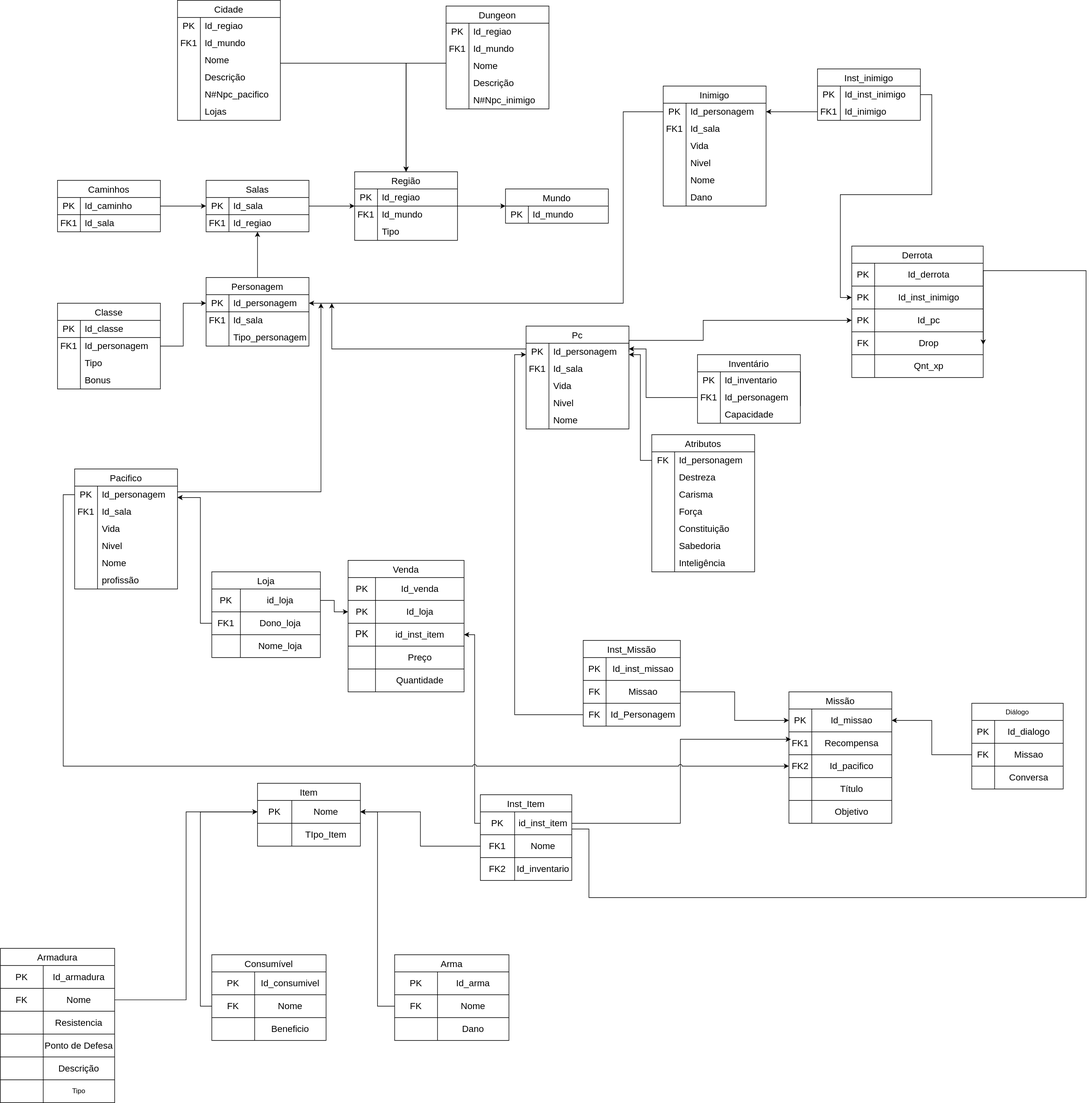
Earlier version of the draw.io export docs/modulo_01/MER.drawio.svg (SBD1/2024.2-D-D-classico). Source tidied: cells renumbered, new cells last; positions are measured from the earlier drawing's top-left corner, leaving out a move shared by most shapes.
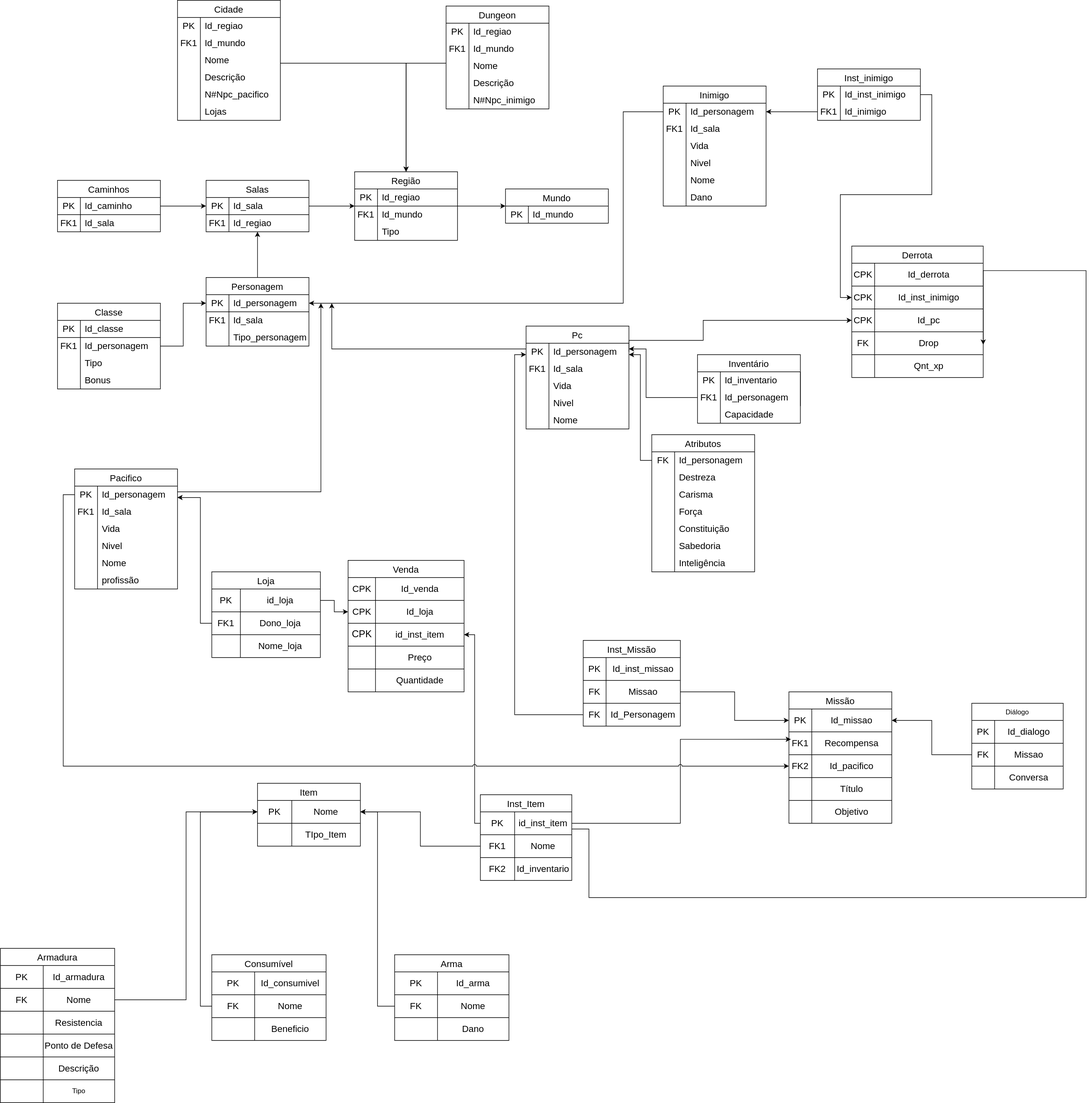
Above is the later version.

The edit, as a diff of the source:
```diff
@@ -336,7 +336,7 @@
     <mxCell id="106" style="shape=tableRow;horizontal=0;startSize=0;swimlaneHead=0;swimlaneBody=0;strokeColor=inherit;top=0;left=0;bottom=0;right=0;fillColor=none;" parent="105" vertex="1">
       <mxGeometry y="30" width="203" height="40" as="geometry" />
     </mxCell>
-    <mxCell id="107" value="&lt;font style=&quot;font-size: 16px;&quot;&gt;PK&lt;/font&gt;" style="shape=partialRectangle;html=1;whiteSpace=wrap;strokeColor=inherit;overflow=hidden;fillColor=none;top=0;left=0;bottom=0;right=0;" parent="106" vertex="1">
+    <mxCell id="107" value="&lt;font style=&quot;font-size: 16px;&quot;&gt;CPK&lt;/font&gt;" style="shape=partialRectangle;html=1;whiteSpace=wrap;strokeColor=inherit;overflow=hidden;fillColor=none;top=0;left=0;bottom=0;right=0;" parent="106" vertex="1">
       <mxGeometry width="48" height="40" as="geometry" />
     </mxCell>
     <mxCell id="108" value="&lt;font style=&quot;font-size: 16px;&quot;&gt;Id_venda&lt;/font&gt;" style="shape=partialRectangle;html=1;whiteSpace=wrap;strokeColor=inherit;overflow=hidden;fillColor=none;top=0;left=0;bottom=0;right=0;" parent="106" vertex="1">
@@ -345,7 +345,7 @@
     <mxCell id="109" style="shape=tableRow;horizontal=0;startSize=0;swimlaneHead=0;swimlaneBody=0;strokeColor=inherit;top=0;left=0;bottom=0;right=0;fillColor=none;points=[[0,0.5],[1,0.5]];portConstraint=eastwest;" parent="105" vertex="1">
       <mxGeometry y="70" width="203" height="40" as="geometry" />
     </mxCell>
-    <mxCell id="110" value="&lt;font style=&quot;font-size: 16px;&quot;&gt;PK&lt;/font&gt;" style="shape=partialRectangle;html=1;whiteSpace=wrap;strokeColor=inherit;overflow=hidden;fillColor=none;top=0;left=0;bottom=0;right=0;" parent="109" vertex="1">
+    <mxCell id="110" value="&lt;font style=&quot;font-size: 16px;&quot;&gt;CPK&lt;/font&gt;" style="shape=partialRectangle;html=1;whiteSpace=wrap;strokeColor=inherit;overflow=hidden;fillColor=none;top=0;left=0;bottom=0;right=0;" parent="109" vertex="1">
       <mxGeometry width="48" height="40" as="geometry" />
     </mxCell>
     <mxCell id="111" value="&lt;font style=&quot;font-size: 16px;&quot;&gt;Id_loja&lt;br&gt;&lt;/font&gt;" style="shape=partialRectangle;html=1;whiteSpace=wrap;strokeColor=inherit;overflow=hidden;fillColor=none;top=0;left=0;bottom=0;right=0;" parent="109" vertex="1">
@@ -354,7 +354,7 @@
     <mxCell id="112" style="shape=tableRow;horizontal=0;startSize=0;swimlaneHead=0;swimlaneBody=0;strokeColor=inherit;top=0;left=0;bottom=0;right=0;fillColor=none;points=[[0,0.5],[1,0.5]];portConstraint=eastwest;" parent="105" vertex="1">
       <mxGeometry y="110" width="203" height="40" as="geometry" />
     </mxCell>
-    <mxCell id="113" value="&lt;font style=&quot;font-size: 17px;&quot;&gt;PK&lt;/font&gt;" style="shape=partialRectangle;html=1;whiteSpace=wrap;strokeColor=inherit;overflow=hidden;fillColor=none;top=0;left=0;bottom=0;right=0;" parent="112" vertex="1">
+    <mxCell id="113" value="&lt;font style=&quot;font-size: 17px;&quot;&gt;CPK&lt;/font&gt;" style="shape=partialRectangle;html=1;whiteSpace=wrap;strokeColor=inherit;overflow=hidden;fillColor=none;top=0;left=0;bottom=0;right=0;" parent="112" vertex="1">
       <mxGeometry width="48" height="40" as="geometry" />
     </mxCell>
     <mxCell id="114" value="&lt;font style=&quot;font-size: 16px;&quot;&gt;id_inst_item&lt;br&gt;&lt;/font&gt;" style="shape=partialRectangle;html=1;whiteSpace=wrap;strokeColor=inherit;overflow=hidden;fillColor=none;top=0;left=0;bottom=0;right=0;" parent="112" vertex="1">
@@ -384,7 +384,7 @@
     <mxCell id="122" style="shape=tableRow;horizontal=0;startSize=0;swimlaneHead=0;swimlaneBody=0;strokeColor=inherit;top=0;left=0;bottom=0;right=0;fillColor=none;" parent="121" vertex="1">
       <mxGeometry y="30" width="230" height="40" as="geometry" />
     </mxCell>
-    <mxCell id="123" value="&lt;font style=&quot;font-size: 16px;&quot;&gt;PK&lt;/font&gt;" style="shape=partialRectangle;html=1;whiteSpace=wrap;strokeColor=inherit;overflow=hidden;fillColor=none;top=0;left=0;bottom=0;right=0;" parent="122" vertex="1">
+    <mxCell id="123" value="&lt;font style=&quot;font-size: 16px;&quot;&gt;CPK&lt;/font&gt;" style="shape=partialRectangle;html=1;whiteSpace=wrap;strokeColor=inherit;overflow=hidden;fillColor=none;top=0;left=0;bottom=0;right=0;" parent="122" vertex="1">
       <mxGeometry width="40" height="40" as="geometry" />
     </mxCell>
     <mxCell id="124" value="&lt;font style=&quot;font-size: 16px;&quot;&gt;Id_derrota&lt;br&gt;&lt;/font&gt;" style="shape=partialRectangle;html=1;whiteSpace=wrap;strokeColor=inherit;overflow=hidden;fillColor=none;top=0;left=0;bottom=0;right=0;" parent="122" vertex="1">
@@ -393,7 +393,7 @@
     <mxCell id="125" style="shape=tableRow;horizontal=0;startSize=0;swimlaneHead=0;swimlaneBody=0;strokeColor=inherit;top=0;left=0;bottom=0;right=0;fillColor=none;points=[[0,0.5],[1,0.5]];portConstraint=eastwest;" parent="121" vertex="1">
       <mxGeometry y="70" width="230" height="40" as="geometry" />
     </mxCell>
-    <mxCell id="126" value="&lt;font style=&quot;font-size: 16px;&quot;&gt;PK&lt;/font&gt;" style="shape=partialRectangle;html=1;whiteSpace=wrap;strokeColor=inherit;overflow=hidden;fillColor=none;top=0;left=0;bottom=0;right=0;" parent="125" vertex="1">
+    <mxCell id="126" value="&lt;font style=&quot;font-size: 16px;&quot;&gt;CPK&lt;/font&gt;" style="shape=partialRectangle;html=1;whiteSpace=wrap;strokeColor=inherit;overflow=hidden;fillColor=none;top=0;left=0;bottom=0;right=0;" parent="125" vertex="1">
       <mxGeometry width="40" height="40" as="geometry" />
     </mxCell>
     <mxCell id="127" value="&lt;font style=&quot;font-size: 16px;&quot;&gt;Id_inst_inimigo&lt;br&gt;&lt;/font&gt;" style="shape=partialRectangle;html=1;whiteSpace=wrap;strokeColor=inherit;overflow=hidden;fillColor=none;top=0;left=0;bottom=0;right=0;" parent="125" vertex="1">
@@ -402,7 +402,7 @@
     <mxCell id="128" style="shape=tableRow;horizontal=0;startSize=0;swimlaneHead=0;swimlaneBody=0;strokeColor=inherit;top=0;left=0;bottom=0;right=0;fillColor=none;points=[[0,0.5],[1,0.5]];portConstraint=eastwest;" parent="121" vertex="1">
       <mxGeometry y="110" width="230" height="40" as="geometry" />
     </mxCell>
-    <mxCell id="129" value="&lt;font style=&quot;font-size: 16px;&quot;&gt;PK&lt;/font&gt;" style="shape=partialRectangle;html=1;whiteSpace=wrap;strokeColor=inherit;overflow=hidden;fillColor=none;top=0;left=0;bottom=0;right=0;" parent="128" vertex="1">
+    <mxCell id="129" value="&lt;font style=&quot;font-size: 16px;&quot;&gt;CPK&lt;/font&gt;" style="shape=partialRectangle;html=1;whiteSpace=wrap;strokeColor=inherit;overflow=hidden;fillColor=none;top=0;left=0;bottom=0;right=0;" parent="128" vertex="1">
       <mxGeometry width="40" height="40" as="geometry" />
     </mxCell>
     <mxCell id="130" value="&lt;font style=&quot;font-size: 16px;&quot;&gt;Id_pc&lt;br&gt;&lt;/font&gt;" style="shape=partialRectangle;html=1;whiteSpace=wrap;strokeColor=inherit;overflow=hidden;fillColor=none;top=0;left=0;bottom=0;right=0;" parent="128" vertex="1">
```
